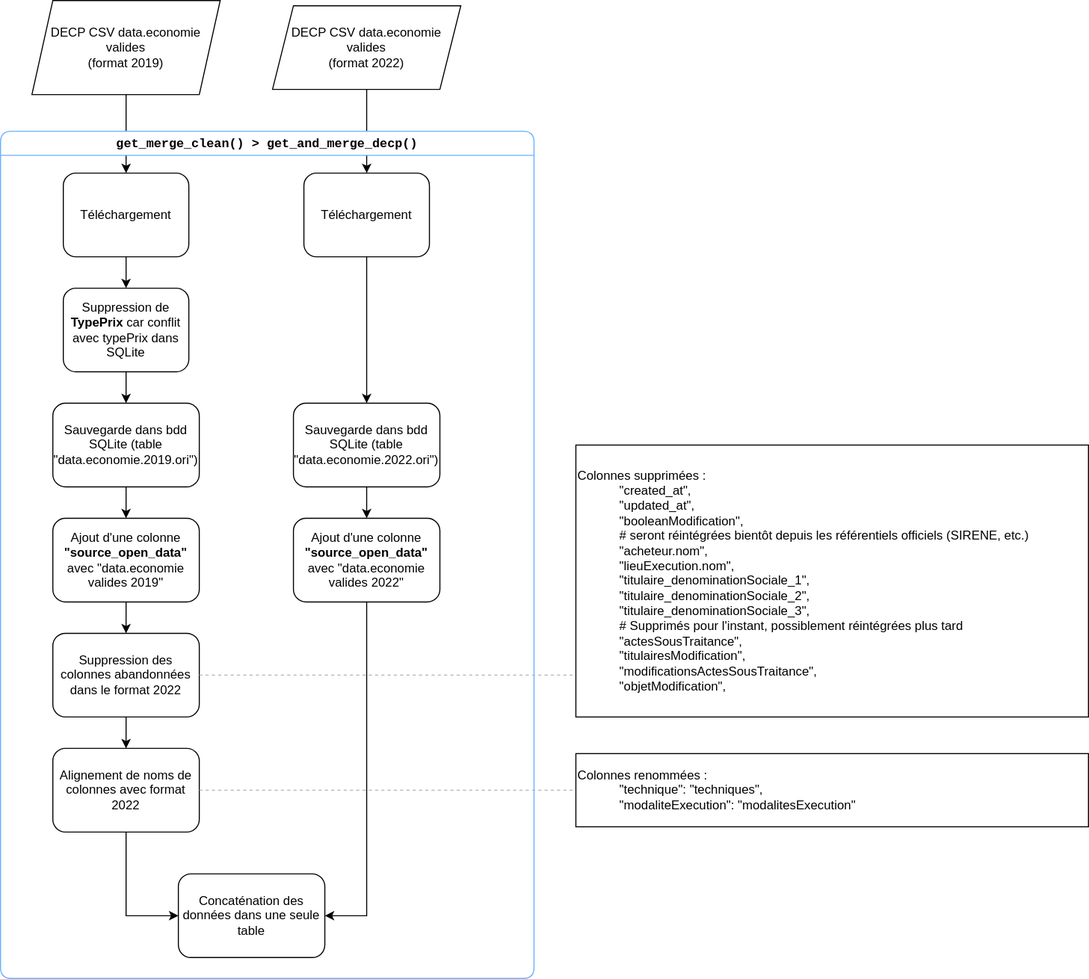
This is drawings/processing.svg from ElyotL/decp-processing, a draw.io export, as it was before one commit. Source tidied: cells renumbered, new cells last; positions are measured from the earlier drawing's top-left corner, leaving out a move shared by most shapes.
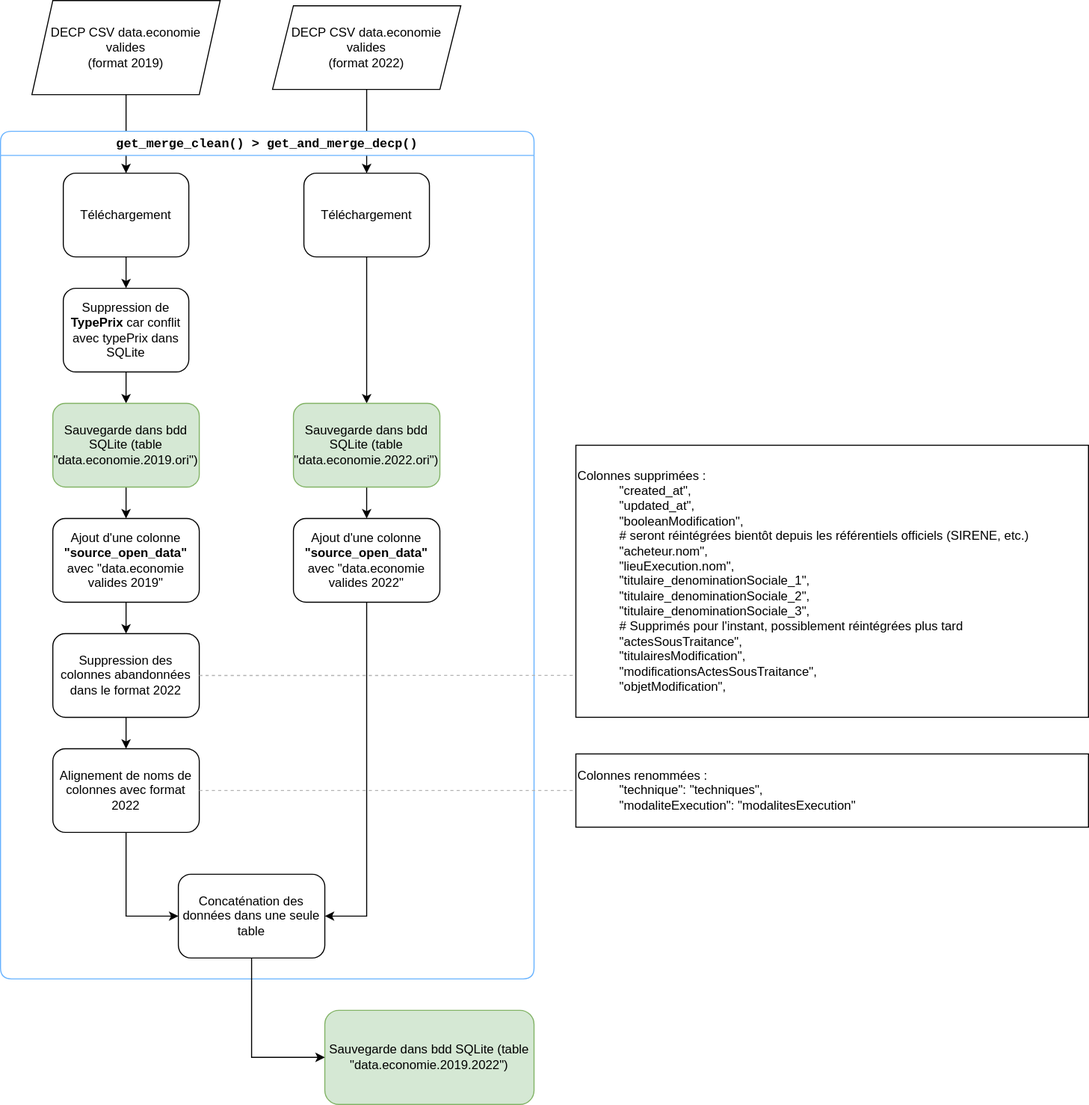
After the change.

What changed in the source:
```diff
@@ -38,13 +38,13 @@
     <mxCell id="13" style="edgeStyle=orthogonalEdgeStyle;rounded=0;jettySize=auto;html=1;fontFamily=Helvetica;fontSize=12;fontColor=default;labelBackgroundColor=none;" parent="10" edge="1" source="14" target="20">
       <mxGeometry relative="1" as="geometry" />
     </mxCell>
-    <mxCell id="14" value="Sauvegarde dans bdd SQLite (table &quot;data.economie.2022.ori&quot;)" style="rounded=1;whiteSpace=wrap;html=1;shadow=0;labelBackgroundColor=none;strokeWidth=1;fontFamily=Helvetica;fontSize=12;align=center;strokeColor=default;verticalAlign=middle;fontColor=default;fillColor=default;" parent="10" vertex="1">
+    <mxCell id="14" value="Sauvegarde dans bdd SQLite (table &quot;data.economie.2022.ori&quot;)" style="rounded=1;whiteSpace=wrap;html=1;shadow=0;labelBackgroundColor=none;strokeWidth=1;fontFamily=Helvetica;fontSize=12;align=center;strokeColor=#82b366;verticalAlign=middle;fillColor=#d5e8d4;" parent="10" vertex="1">
       <mxGeometry x="280" y="260" width="140" height="80" as="geometry" />
     </mxCell>
     <mxCell id="15" style="edgeStyle=orthogonalEdgeStyle;rounded=0;jettySize=auto;html=1;fontFamily=Helvetica;fontSize=12;fontColor=default;labelBackgroundColor=none;" parent="10" edge="1" source="16" target="18">
       <mxGeometry relative="1" as="geometry" />
     </mxCell>
-    <mxCell id="16" value="Sauvegarde dans bdd SQLite (table &quot;data.economie.2019.ori&quot;)" style="rounded=1;whiteSpace=wrap;html=1;shadow=0;labelBackgroundColor=none;strokeWidth=1;fontFamily=Helvetica;fontSize=12;align=center;strokeColor=default;verticalAlign=middle;fontColor=default;fillColor=default;" parent="10" vertex="1">
+    <mxCell id="16" value="Sauvegarde dans bdd SQLite (table &quot;data.economie.2019.ori&quot;)" style="rounded=1;whiteSpace=wrap;html=1;shadow=0;labelBackgroundColor=none;strokeWidth=1;fontFamily=Helvetica;fontSize=12;align=center;strokeColor=#82b366;verticalAlign=middle;fillColor=#d5e8d4;" parent="10" vertex="1">
       <mxGeometry x="50" y="260" width="140" height="80" as="geometry" />
     </mxCell>
     <mxCell id="17" style="edgeStyle=orthogonalEdgeStyle;rounded=0;jettySize=auto;html=1;fontFamily=Helvetica;fontSize=12;fontColor=default;labelBackgroundColor=none;" parent="10" edge="1" source="18" target="22">
@@ -86,5 +86,11 @@
     <mxCell id="29" style="edgeStyle=orthogonalEdgeStyle;rounded=0;jettySize=auto;html=1;exitX=1;exitY=0.5;exitDx=0;exitDy=0;entryX=0;entryY=0.5;entryDx=0;entryDy=0;fontFamily=Helvetica;fontSize=12;fontColor=default;labelBackgroundColor=none;strokeColor=#B3B3B3;dashed=1;endArrow=none;startFill=0;" parent="1" edge="1" source="24" target="28">
       <mxGeometry relative="1" as="geometry" />
     </mxCell>
+    <mxCell id="30" value="Sauvegarde dans bdd SQLite (table &quot;data.economie.2019.2022&quot;)" style="rounded=1;whiteSpace=wrap;html=1;shadow=0;labelBackgroundColor=none;strokeWidth=1;fontFamily=Helvetica;fontSize=12;align=center;strokeColor=#82b366;verticalAlign=middle;fillColor=#d5e8d4;" parent="1" vertex="1">
+      <mxGeometry x="310" y="965" width="200" height="90" as="geometry" />
+    </mxCell>
+    <mxCell id="31" style="edgeStyle=orthogonalEdgeStyle;rounded=0;jettySize=auto;html=1;fontFamily=Helvetica;fontSize=12;fontColor=default;labelBackgroundColor=none;entryX=0;entryY=0.5;entryDx=0;entryDy=0;" parent="1" edge="1" source="25" target="30">
+      <mxGeometry relative="1" as="geometry" />
+    </mxCell>
   </root>
 </mxGraphModel>
```
